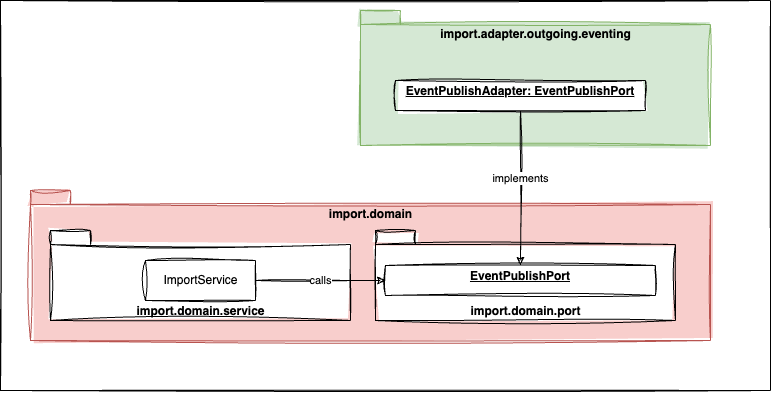
Before: docs/assets/static-level-4.drawio.png, a diagram exported from draw.io (tinohertlein/timesheet-wizard). Source tidied: cells renumbered, new cells last; positions are measured from the earlier drawing's top-left corner, leaving out a move shared by most shapes.
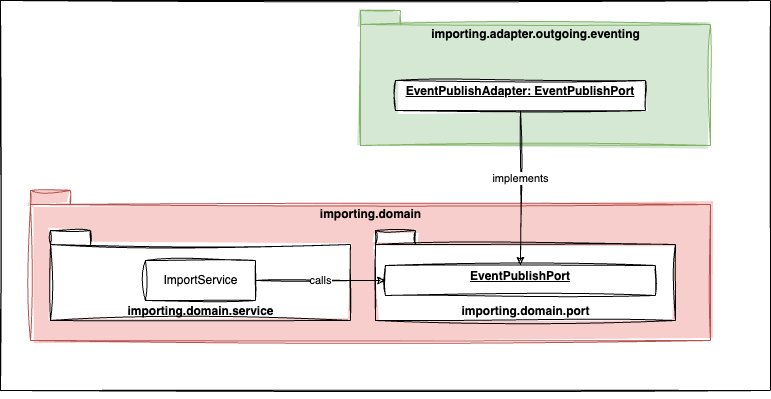
Later version of the same file.

The edit, as a diff of the source:
```diff
@@ -5,16 +5,16 @@
     <mxCell id="2" style="rounded=0;whiteSpace=wrap;html=1;sketch=1;fillStyle=solid;" parent="1" vertex="1">
       <mxGeometry width="770" height="390" as="geometry" />
     </mxCell>
-    <mxCell id="3" value="import.domain" style="shape=folder;fontStyle=1;spacingTop=10;tabWidth=40;tabHeight=14;tabPosition=left;html=1;labelPosition=center;verticalLabelPosition=middle;align=center;verticalAlign=top;fillColor=#f8cecc;strokeColor=#b85450;sketch=1;curveFitting=1;jiggle=2;fillStyle=solid;" parent="1" vertex="1">
+    <mxCell id="3" value="importing.domain" style="shape=folder;fontStyle=1;spacingTop=10;tabWidth=40;tabHeight=14;tabPosition=left;html=1;labelPosition=center;verticalLabelPosition=middle;align=center;verticalAlign=top;fillColor=#f8cecc;strokeColor=#b85450;sketch=1;curveFitting=1;jiggle=2;fillStyle=solid;" parent="1" vertex="1">
       <mxGeometry x="30" y="190" width="680" height="150" as="geometry" />
     </mxCell>
-    <mxCell id="4" value="import.domain.port" style="shape=folder;fontStyle=1;spacingTop=10;tabWidth=40;tabHeight=14;tabPosition=left;html=1;labelPosition=center;verticalLabelPosition=middle;align=center;verticalAlign=bottom;sketch=1;curveFitting=1;jiggle=2;" parent="1" vertex="1">
+    <mxCell id="4" value="importing.domain.port" style="shape=folder;fontStyle=1;spacingTop=10;tabWidth=40;tabHeight=14;tabPosition=left;html=1;labelPosition=center;verticalLabelPosition=middle;align=center;verticalAlign=bottom;sketch=1;curveFitting=1;jiggle=2;" parent="1" vertex="1">
       <mxGeometry x="375" y="230" width="300" height="90" as="geometry" />
     </mxCell>
     <mxCell id="5" value="&lt;p style=&quot;margin:0px;margin-top:4px;text-align:center;text-decoration:underline;&quot;&gt;&lt;b&gt;EventPublishPort&lt;/b&gt;&lt;/p&gt;" style="verticalAlign=top;align=left;overflow=fill;fontSize=12;fontFamily=Helvetica;html=1;sketch=1;curveFitting=1;jiggle=2;" parent="1" vertex="1">
       <mxGeometry x="385" y="265" width="270" height="30" as="geometry" />
     </mxCell>
-    <mxCell id="6" value="import.adapter.outgoing.eventing" style="shape=folder;fontStyle=1;spacingTop=10;tabWidth=40;tabHeight=14;tabPosition=left;html=1;align=center;labelPosition=center;verticalLabelPosition=middle;verticalAlign=top;sketch=1;curveFitting=1;jiggle=2;fillColor=#d5e8d4;strokeColor=#82b366;fillStyle=solid;" parent="1" vertex="1">
+    <mxCell id="6" value="importing.adapter.outgoing.eventing" style="shape=folder;fontStyle=1;spacingTop=10;tabWidth=40;tabHeight=14;tabPosition=left;html=1;align=center;labelPosition=center;verticalLabelPosition=middle;verticalAlign=top;sketch=1;curveFitting=1;jiggle=2;fillColor=#d5e8d4;strokeColor=#82b366;fillStyle=solid;" parent="1" vertex="1">
       <mxGeometry x="360" y="10" width="350" height="135" as="geometry" />
     </mxCell>
     <mxCell id="7" value="&lt;p style=&quot;margin:0px;margin-top:4px;text-align:center;text-decoration:underline;&quot;&gt;&lt;b&gt;EventPublishAdapter: EventPublishPort&lt;/b&gt;&lt;/p&gt;" style="verticalAlign=top;align=left;overflow=fill;fontSize=12;fontFamily=Helvetica;html=1;sketch=1;curveFitting=1;jiggle=2;" parent="1" vertex="1">
@@ -29,7 +29,7 @@
     <mxCell id="10" style="edgeStyle=orthogonalEdgeStyle;rounded=0;orthogonalLoop=1;jettySize=auto;html=1;exitX=0.5;exitY=1;exitDx=0;exitDy=0;startArrow=classic;startFill=1;endArrow=none;endFill=0;" parent="1" edge="1" source="2" target="2">
       <mxGeometry relative="1" as="geometry" />
     </mxCell>
-    <mxCell id="11" value="import.domain.service" style="shape=folder;fontStyle=1;spacingTop=10;tabWidth=40;tabHeight=14;tabPosition=left;html=1;labelPosition=center;verticalLabelPosition=middle;align=center;verticalAlign=bottom;sketch=1;curveFitting=1;jiggle=2;" parent="1" vertex="1">
+    <mxCell id="11" value="importing.domain.service" style="shape=folder;fontStyle=1;spacingTop=10;tabWidth=40;tabHeight=14;tabPosition=left;html=1;labelPosition=center;verticalLabelPosition=middle;align=center;verticalAlign=bottom;sketch=1;curveFitting=1;jiggle=2;" parent="1" vertex="1">
       <mxGeometry x="50" y="230" width="300" height="90" as="geometry" />
     </mxCell>
     <mxCell id="12" value="ImportService" style="html=1;fillStyle=solid;sketch=1;curveFitting=1;jiggle=2;" parent="1" vertex="1">
```
